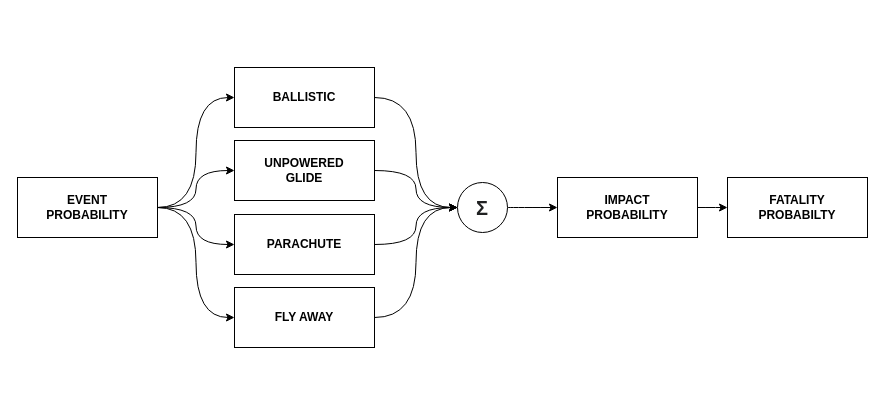
komikndr/UAV-Path-Planning keeps this draw.io diagram as page "LOGIC_SUM" (11 of 20) of OSM Thesis Latex and Docs/OSM Drone.drawio. Above is the earlier version. Source tidied: cells renumbered, new cells numbered last; positions are measured from the earlier drawing's top-left corner, leaving out a move shared by most shapes. Both pictures are drawn from the tidied source at 100%, with x=0, y=0 at pixel (17, 67).
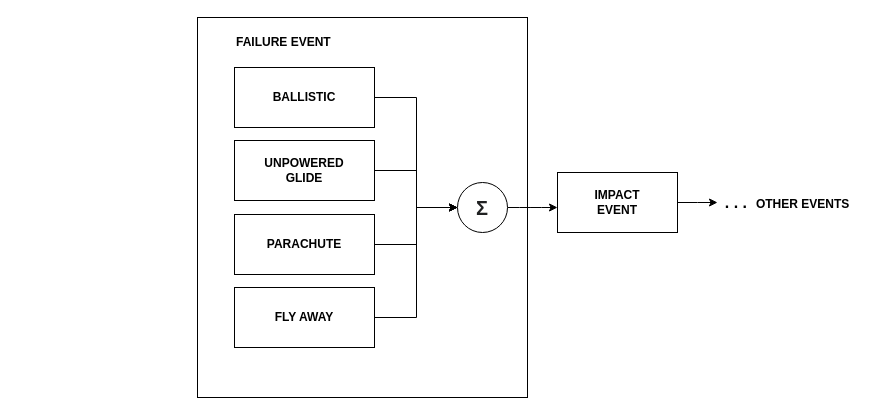
Above is the later version.

The edit, as a diff of the source:
```diff
@@
 <mxGraphModel>
   <root>
     <mxCell id="0" />
     <mxCell id="1" parent="0" />
-    <mxCell id="2" style="edgeStyle=orthogonalEdgeStyle;rounded=0;jettySize=auto;html=1;entryX=0;entryY=0.5;entryDx=0;entryDy=0;curved=1;" parent="1" edge="1" source="6" target="8">
-      <mxGeometry relative="1" as="geometry" />
-    </mxCell>
-    <mxCell id="3" style="edgeStyle=orthogonalEdgeStyle;curved=1;rounded=0;jettySize=auto;html=1;entryX=0;entryY=0.5;entryDx=0;entryDy=0;" parent="1" edge="1" source="6" target="10">
-      <mxGeometry relative="1" as="geometry" />
-    </mxCell>
-    <mxCell id="4" style="edgeStyle=orthogonalEdgeStyle;curved=1;rounded=0;jettySize=auto;html=1;entryX=0;entryY=0.5;entryDx=0;entryDy=0;" parent="1" edge="1" source="6" target="12">
-      <mxGeometry relative="1" as="geometry" />
-    </mxCell>
-    <mxCell id="5" style="edgeStyle=orthogonalEdgeStyle;curved=1;rounded=0;jettySize=auto;html=1;entryX=0;entryY=0.5;entryDx=0;entryDy=0;" parent="1" edge="1" source="6" target="14">
-      <mxGeometry relative="1" as="geometry" />
-    </mxCell>
-    <mxCell id="6" value="&lt;b&gt;EVENT&lt;br&gt;PROBABILITY&lt;br&gt;&lt;/b&gt;" style="rounded=0;whiteSpace=wrap;html=1;flipH=0;" parent="1" vertex="1">
-      <mxGeometry y="110" width="140" height="60" as="geometry" />
-    </mxCell>
+    <mxCell id="20" style="rounded=0;whiteSpace=wrap;html=1;" parent="1" vertex="1">
+      <mxGeometry x="180" y="-50" width="330" height="380" as="geometry" />
+    </mxCell>
-    <mxCell id="7" style="edgeStyle=orthogonalEdgeStyle;curved=1;rounded=0;jettySize=auto;html=1;entryX=0;entryY=0.5;entryDx=0;entryDy=0;" parent="1" edge="1" source="8" target="16">
+    <mxCell id="7" style="rounded=0;jettySize=auto;html=1;entryX=0;entryY=0.5;entryDx=0;entryDy=0;edgeStyle=elbowEdgeStyle;" parent="1" edge="1" source="8" target="16">
       <mxGeometry relative="1" as="geometry" />
     </mxCell>
     <mxCell id="8" value="&lt;b&gt;BALLISTIC&lt;br&gt;&lt;/b&gt;" style="rounded=0;whiteSpace=wrap;html=1;flipH=0;flipV=1;" parent="1" vertex="1">
       <mxGeometry x="217" width="140" height="60" as="geometry" />
     </mxCell>
-    <mxCell id="9" style="edgeStyle=orthogonalEdgeStyle;curved=1;rounded=0;jettySize=auto;html=1;entryX=0;entryY=0.5;entryDx=0;entryDy=0;" parent="1" edge="1" source="10" target="16">
+    <mxCell id="9" style="rounded=0;jettySize=auto;html=1;entryX=0;entryY=0.5;entryDx=0;entryDy=0;edgeStyle=elbowEdgeStyle;" parent="1" edge="1" source="10" target="16">
       <mxGeometry relative="1" as="geometry" />
     </mxCell>
     <mxCell id="10" value="&lt;b&gt;UNPOWERED&lt;br&gt;GLIDE&lt;br&gt;&lt;/b&gt;" style="rounded=0;whiteSpace=wrap;html=1;flipH=0;flipV=1;" parent="1" vertex="1">
       <mxGeometry x="217" y="73" width="140" height="60" as="geometry" />
     </mxCell>
-    <mxCell id="11" style="edgeStyle=orthogonalEdgeStyle;curved=1;rounded=0;jettySize=auto;html=1;entryX=0;entryY=0.5;entryDx=0;entryDy=0;" parent="1" edge="1" source="12" target="16">
+    <mxCell id="11" style="rounded=0;jettySize=auto;html=1;entryX=0;entryY=0.5;entryDx=0;entryDy=0;edgeStyle=elbowEdgeStyle;" parent="1" edge="1" source="12" target="16">
       <mxGeometry relative="1" as="geometry" />
     </mxCell>
     <mxCell id="12" value="&lt;b&gt;PARACHUTE&lt;br&gt;&lt;/b&gt;" style="rounded=0;whiteSpace=wrap;html=1;flipH=0;flipV=1;" parent="1" vertex="1">
       <mxGeometry x="217" y="147" width="140" height="60" as="geometry" />
     </mxCell>
-    <mxCell id="13" style="edgeStyle=orthogonalEdgeStyle;curved=1;rounded=0;jettySize=auto;html=1;entryX=0;entryY=0.5;entryDx=0;entryDy=0;" parent="1" edge="1" source="14" target="16">
+    <mxCell id="13" style="rounded=0;jettySize=auto;html=1;entryX=0;entryY=0.5;entryDx=0;entryDy=0;edgeStyle=elbowEdgeStyle;" parent="1" edge="1" source="14" target="16">
       <mxGeometry relative="1" as="geometry" />
     </mxCell>
     <mxCell id="14" value="&lt;b&gt;FLY AWAY&lt;br&gt;&lt;/b&gt;" style="rounded=0;whiteSpace=wrap;html=1;flipH=0;flipV=1;" parent="1" vertex="1">
       <mxGeometry x="217" y="220" width="140" height="60" as="geometry" />
     </mxCell>
-    <mxCell id="15" style="edgeStyle=orthogonalEdgeStyle;curved=1;rounded=0;jettySize=auto;html=1;" parent="1" edge="1" source="16" target="18">
-      <mxGeometry relative="1" as="geometry" />
+    <mxCell id="15" style="edgeStyle=orthogonalEdgeStyle;curved=1;rounded=0;jettySize=auto;html=1;" parent="1" edge="1" source="16">
+      <mxGeometry relative="1" as="geometry">
+        <mxPoint x="540" y="140" as="targetPoint" />
+      </mxGeometry>
     </mxCell>
     <mxCell id="16" value="&lt;b style=&quot;color: rgb(32, 33, 34); font-family: sans-serif; font-size: 20px; text-align: start; background-color: rgb(255, 255, 255);&quot;&gt;Σ&lt;/b&gt;" style="ellipse;whiteSpace=wrap;html=1;rounded=1;" parent="1" vertex="1">
       <mxGeometry x="440" y="115" width="50" height="50" as="geometry" />
     </mxCell>
-    <mxCell id="17" style="edgeStyle=orthogonalEdgeStyle;curved=1;rounded=0;jettySize=auto;html=1;" parent="1" edge="1" source="18" target="19">
-      <mxGeometry relative="1" as="geometry" />
-    </mxCell>
-    <mxCell id="18" value="&lt;b&gt;IMPACT &lt;br&gt;PROBABILITY&lt;br&gt;&lt;/b&gt;" style="rounded=0;whiteSpace=wrap;html=1;flipH=0;flipV=1;" parent="1" vertex="1">
-      <mxGeometry x="540" y="110" width="140" height="60" as="geometry" />
-    </mxCell>
-    <mxCell id="19" value="&lt;b&gt;FATALITY&lt;br&gt;PROBABILTY&lt;br&gt;&lt;/b&gt;" style="rounded=0;whiteSpace=wrap;html=1;flipH=0;flipV=1;" parent="1" vertex="1">
-      <mxGeometry x="710" y="110" width="140" height="60" as="geometry" />
-    </mxCell>
+    <mxCell id="21" value="&lt;b&gt;FAILURE EVENT&lt;/b&gt;" style="text;html=1;align=left;verticalAlign=middle;whiteSpace=wrap;rounded=0;" parent="1" vertex="1">
+      <mxGeometry x="217" y="-40" width="120" height="30" as="geometry" />
+    </mxCell>
+    <mxCell id="22" style="edgeStyle=orthogonalEdgeStyle;rounded=0;jettySize=auto;html=1;" parent="1" edge="1" source="23">
+      <mxGeometry relative="1" as="geometry">
+        <mxPoint x="700" y="135" as="targetPoint" />
+      </mxGeometry>
+    </mxCell>
+    <mxCell id="23" value="&lt;b&gt;IMPACT&lt;/b&gt;&lt;div&gt;&lt;b&gt;EVENT&lt;/b&gt;&lt;/div&gt;" style="rounded=0;whiteSpace=wrap;html=1;" parent="1" vertex="1">
+      <mxGeometry x="540" y="105" width="120" height="60" as="geometry" />
+    </mxCell>
+    <mxCell id="24" value="&lt;b&gt;&lt;font style=&quot;font-size: 16px;&quot;&gt;. . .&amp;nbsp;&amp;nbsp;&lt;/font&gt;&lt;font style=&quot;font-size: 12px;&quot;&gt;OTHER EVENTS&lt;/font&gt;&lt;/b&gt;" style="text;html=1;align=center;verticalAlign=middle;whiteSpace=wrap;rounded=0;" parent="1" vertex="1">
+      <mxGeometry x="690" y="120" width="160" height="30" as="geometry" />
+    </mxCell>
   </root>
 </mxGraphModel>
```
